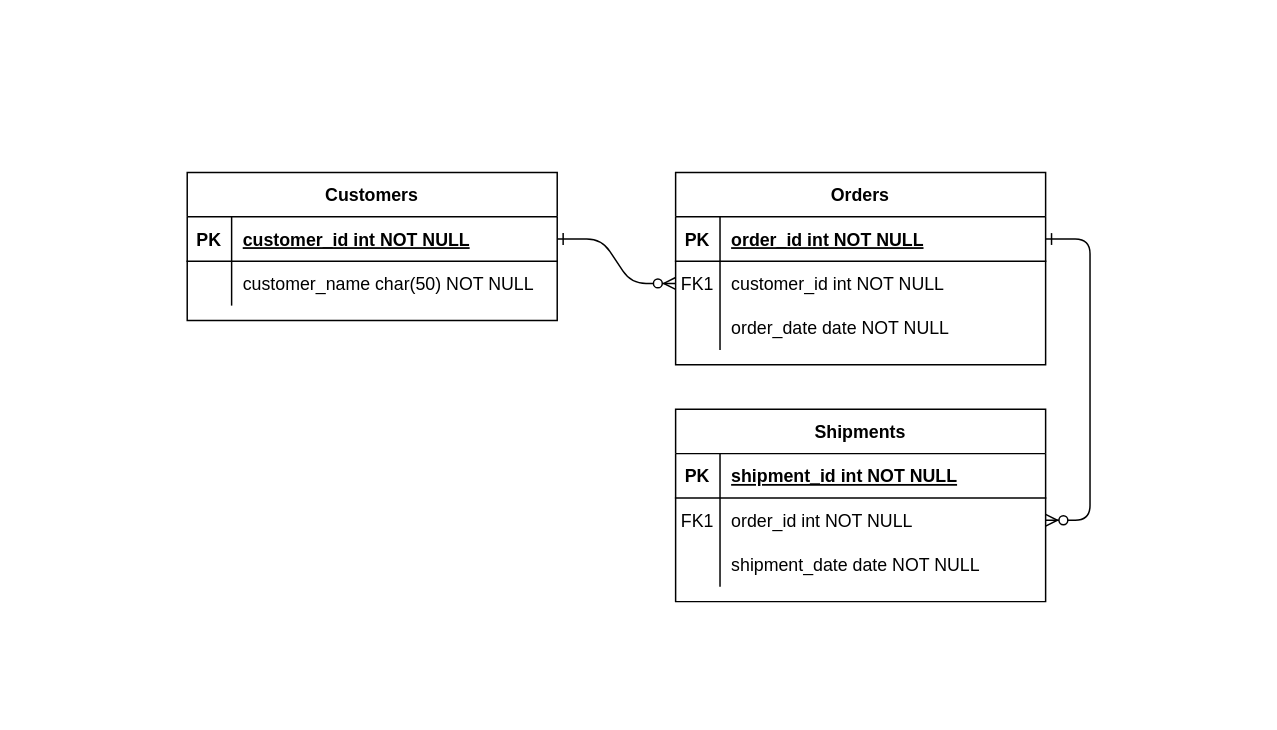
This is Proyecto_Song_Play.drawio from JoserCasachahua/Proyecto_01, a draw.io file, before an edit. Source tidied: cells renumbered, new cells numbered last; positions are measured from the earlier drawing's top-left corner, leaving out a move shared by most shapes. Both pictures are drawn from the tidied source at 148%, with x=0, y=0 at pixel (186, 172).
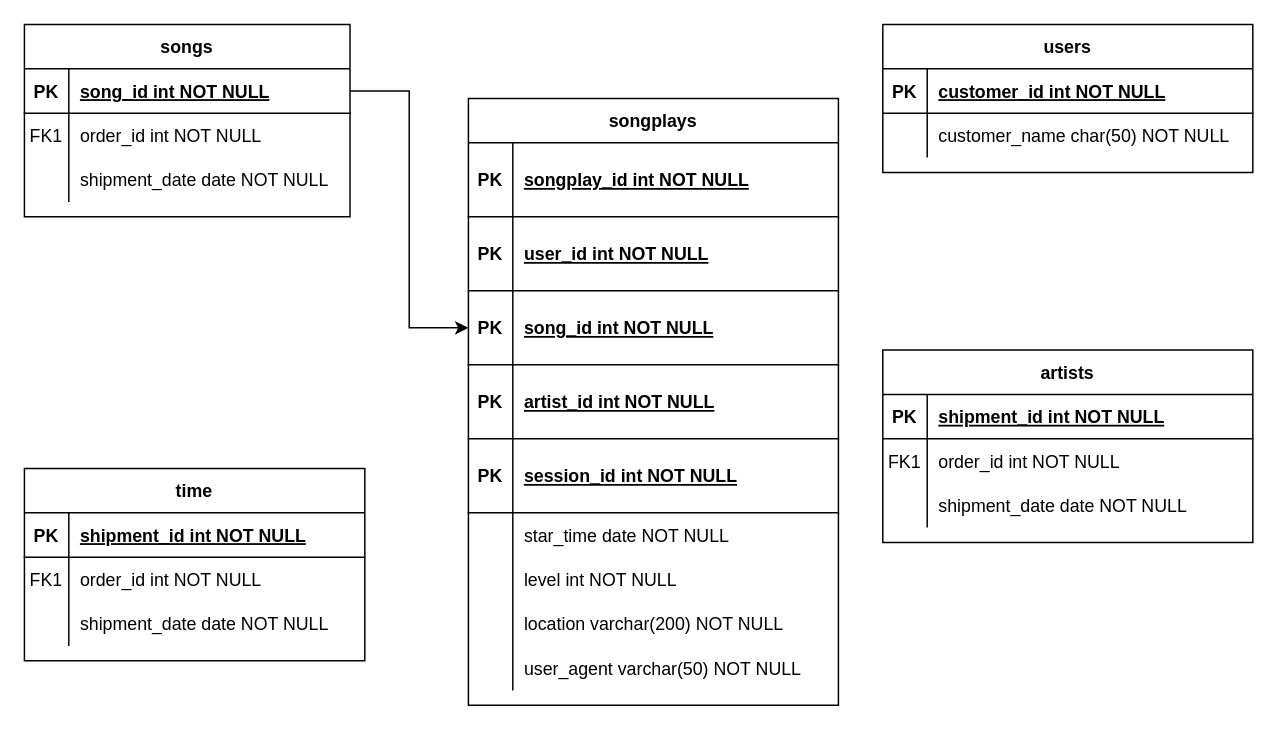
The same diagram, later.

Unchanged cells that the change refers to:
```xml
<mxCell id="25" style="shape=partialRectangle;fillColor=none;points=[[0,0.5],[1,0.5]];portConstraint=eastwest;top=0;left=0;right=0;bottom=1;" parent="24" vertex="1">
  <mxGeometry y="30" width="250" height="30" as="geometry" />
</mxCell>
```

What changed in the source:
```diff
@@
-    <mxCell id="2" style="edgeStyle=entityRelationEdgeStyle;endArrow=ERzeroToMany;startArrow=ERone;endFill=1;startFill=0;" parent="1" edge="1" source="25" target="8">
-      <mxGeometry relative="1" as="geometry" />
-    </mxCell>
-    <mxCell id="3" style="edgeStyle=entityRelationEdgeStyle;endArrow=ERzeroToMany;startArrow=ERone;endFill=1;startFill=0;" parent="1" edge="1" source="5" target="18">
-      <mxGeometry relative="1" as="geometry" />
-    </mxCell>
-    <mxCell id="4" value="Orders" style="shape=table;startSize=30;childLayout=tableLayout;rowLines=0;fontStyle=1;align=center;" parent="1" vertex="1">
-      <mxGeometry x="330" width="250" height="130" as="geometry" />
+    <mxCell id="4" value="songplays" style="shape=table;startSize=30;childLayout=tableLayout;rowLines=0;fontStyle=1;align=center;" parent="1" vertex="1">
+      <mxGeometry x="190" y="-50" width="250" height="410" as="geometry" />
     </mxCell>
     <mxCell id="5" style="shape=partialRectangle;fillColor=none;points=[[0,0.5],[1,0.5]];portConstraint=eastwest;top=0;left=0;right=0;bottom=1;" parent="4" vertex="1">
-      <mxGeometry y="30" width="250" height="30" as="geometry" />
+      <mxGeometry y="30" width="250" height="50" as="geometry" />
     </mxCell>
     <mxCell id="6" value="PK" style="shape=partialRectangle;overflow=hidden;fillColor=none;top=0;left=0;bottom=0;right=0;fontStyle=1;" parent="5" vertex="1">
-      <mxGeometry width="30" height="30" as="geometry" />
+      <mxGeometry width="30" height="50" as="geometry" />
     </mxCell>
-    <mxCell id="7" value="order_id int NOT NULL " style="shape=partialRectangle;overflow=hidden;fillColor=none;top=0;left=0;bottom=0;right=0;align=left;spacingLeft=6;fontStyle=5;" parent="5" vertex="1">
-      <mxGeometry x="30" width="220" height="30" as="geometry" />
+    <mxCell id="7" value="songplay_id int NOT NULL " style="shape=partialRectangle;overflow=hidden;fillColor=none;top=0;left=0;bottom=0;right=0;align=left;spacingLeft=6;fontStyle=5;" parent="5" vertex="1">
+      <mxGeometry x="30" width="220" height="50" as="geometry" />
     </mxCell>
-    <mxCell id="8" style="shape=partialRectangle;fillColor=none;points=[[0,0.5],[1,0.5]];portConstraint=eastwest;top=0;left=0;right=0;bottom=0;" parent="4" vertex="1">
-      <mxGeometry y="60" width="250" height="30" as="geometry" />
-    </mxCell>
-    <mxCell id="9" value="FK1" style="shape=partialRectangle;overflow=hidden;fillColor=none;top=0;left=0;bottom=0;right=0;" parent="8" vertex="1">
-      <mxGeometry width="30" height="30" as="geometry" />
-    </mxCell>
-    <mxCell id="10" value="customer_id int NOT NULL" style="shape=partialRectangle;overflow=hidden;fillColor=none;top=0;left=0;bottom=0;right=0;align=left;spacingLeft=6;" parent="8" vertex="1">
-      <mxGeometry x="30" width="220" height="30" as="geometry" />
-    </mxCell>
+    <mxCell id="31" style="shape=partialRectangle;fillColor=none;top=0;left=0;right=0;bottom=1;" parent="4" vertex="1">
+      <mxGeometry y="80" width="250" height="50" as="geometry" />
+    </mxCell>
+    <mxCell id="32" value="PK" style="shape=partialRectangle;overflow=hidden;fillColor=none;top=0;left=0;bottom=0;right=0;fontStyle=1;" parent="31" vertex="1">
+      <mxGeometry width="30" height="50" as="geometry" />
+    </mxCell>
+    <mxCell id="33" value="user_id int NOT NULL " style="shape=partialRectangle;overflow=hidden;fillColor=none;top=0;left=0;bottom=0;right=0;align=left;spacingLeft=6;fontStyle=5;" parent="31" vertex="1">
+      <mxGeometry x="30" width="220" height="50" as="geometry" />
+    </mxCell>
+    <mxCell id="34" style="shape=partialRectangle;fillColor=none;points=[[0,0.5],[1,0.5]];portConstraint=eastwest;top=0;left=0;right=0;bottom=1;" parent="4" vertex="1">
+      <mxGeometry y="130" width="250" height="50" as="geometry" />
+    </mxCell>
+    <mxCell id="35" value="PK" style="shape=partialRectangle;overflow=hidden;fillColor=none;top=0;left=0;bottom=0;right=0;fontStyle=1;" parent="34" vertex="1">
+      <mxGeometry width="30" height="50" as="geometry" />
+    </mxCell>
+    <mxCell id="36" value="song_id int NOT NULL " style="shape=partialRectangle;overflow=hidden;fillColor=none;top=0;left=0;bottom=0;right=0;align=left;spacingLeft=6;fontStyle=5;" parent="34" vertex="1">
+      <mxGeometry x="30" width="220" height="50" as="geometry" />
+    </mxCell>
+    <mxCell id="37" style="shape=partialRectangle;fillColor=none;top=0;left=0;right=0;bottom=1;" parent="4" vertex="1">
+      <mxGeometry y="180" width="250" height="50" as="geometry" />
+    </mxCell>
+    <mxCell id="38" value="PK" style="shape=partialRectangle;overflow=hidden;fillColor=none;top=0;left=0;bottom=0;right=0;fontStyle=1;" parent="37" vertex="1">
+      <mxGeometry width="30" height="50" as="geometry" />
+    </mxCell>
+    <mxCell id="39" value="artist_id int NOT NULL " style="shape=partialRectangle;overflow=hidden;fillColor=none;top=0;left=0;bottom=0;right=0;align=left;spacingLeft=6;fontStyle=5;" parent="37" vertex="1">
+      <mxGeometry x="30" width="220" height="50" as="geometry" />
+    </mxCell>
+    <mxCell id="40" style="shape=partialRectangle;fillColor=none;top=0;left=0;right=0;bottom=1;" parent="4" vertex="1">
+      <mxGeometry y="230" width="250" height="50" as="geometry" />
+    </mxCell>
+    <mxCell id="41" value="PK" style="shape=partialRectangle;overflow=hidden;fillColor=none;top=0;left=0;bottom=0;right=0;fontStyle=1;" parent="40" vertex="1">
+      <mxGeometry width="30" height="50" as="geometry" />
+    </mxCell>
+    <mxCell id="42" value="session_id int NOT NULL " style="shape=partialRectangle;overflow=hidden;fillColor=none;top=0;left=0;bottom=0;right=0;align=left;spacingLeft=6;fontStyle=5;" parent="40" vertex="1">
+      <mxGeometry x="30" width="220" height="50" as="geometry" />
+    </mxCell>
     <mxCell id="11" style="shape=partialRectangle;fillColor=none;top=0;left=0;right=0;bottom=0;" parent="4" vertex="1">
-      <mxGeometry y="90" width="250" height="30" as="geometry" />
+      <mxGeometry y="280" width="250" height="30" as="geometry" />
     </mxCell>
@@
-    <mxCell id="13" value="order_date date NOT NULL" style="shape=partialRectangle;overflow=hidden;fillColor=none;top=0;left=0;bottom=0;right=0;align=left;spacingLeft=6;" parent="11" vertex="1">
+    <mxCell id="13" value="star_time date NOT NULL" style="shape=partialRectangle;overflow=hidden;fillColor=none;top=0;left=0;bottom=0;right=0;align=left;spacingLeft=6;" parent="11" vertex="1">
       <mxGeometry x="30" width="220" height="30" as="geometry" />
     </mxCell>
+    <mxCell id="43" style="shape=partialRectangle;fillColor=none;top=0;left=0;right=0;bottom=0;" parent="4" vertex="1">
+      <mxGeometry y="310" width="250" height="30" as="geometry" />
+    </mxCell>
+    <mxCell id="44" style="shape=partialRectangle;overflow=hidden;fillColor=none;top=0;left=0;bottom=0;right=0;" parent="43" vertex="1">
+      <mxGeometry width="30" height="30" as="geometry" />
+    </mxCell>
+    <mxCell id="45" value="level int NOT NULL" style="shape=partialRectangle;overflow=hidden;fillColor=none;top=0;left=0;bottom=0;right=0;align=left;spacingLeft=6;" parent="43" vertex="1">
+      <mxGeometry x="30" width="220" height="30" as="geometry" />
+    </mxCell>
+    <mxCell id="46" style="shape=partialRectangle;fillColor=none;top=0;left=0;right=0;bottom=0;" parent="4" vertex="1">
+      <mxGeometry y="340" width="250" height="30" as="geometry" />
+    </mxCell>
+    <mxCell id="47" style="shape=partialRectangle;overflow=hidden;fillColor=none;top=0;left=0;bottom=0;right=0;" parent="46" vertex="1">
+      <mxGeometry width="30" height="30" as="geometry" />
+    </mxCell>
+    <mxCell id="48" value="location varchar(200) NOT NULL" style="shape=partialRectangle;overflow=hidden;fillColor=none;top=0;left=0;bottom=0;right=0;align=left;spacingLeft=6;" parent="46" vertex="1">
+      <mxGeometry x="30" width="220" height="30" as="geometry" />
+    </mxCell>
+    <mxCell id="49" style="shape=partialRectangle;fillColor=none;top=0;left=0;right=0;bottom=0;" parent="4" vertex="1">
+      <mxGeometry y="370" width="250" height="30" as="geometry" />
+    </mxCell>
+    <mxCell id="50" style="shape=partialRectangle;overflow=hidden;fillColor=none;top=0;left=0;bottom=0;right=0;" parent="49" vertex="1">
+      <mxGeometry width="30" height="30" as="geometry" />
+    </mxCell>
+    <mxCell id="51" value="user_agent varchar(50) NOT NULL" style="shape=partialRectangle;overflow=hidden;fillColor=none;top=0;left=0;bottom=0;right=0;align=left;spacingLeft=6;" parent="49" vertex="1">
+      <mxGeometry x="30" width="220" height="30" as="geometry" />
+    </mxCell>
-    <mxCell id="14" value="Shipments" style="shape=table;startSize=30;childLayout=tableLayout;rowLines=0;fontStyle=1;align=center;" parent="1" vertex="1">
-      <mxGeometry x="330" y="160" width="250" height="130" as="geometry" />
+    <mxCell id="14" value="songs" style="shape=table;startSize=30;childLayout=tableLayout;rowLines=0;fontStyle=1;align=center;" parent="1" vertex="1">
+      <mxGeometry x="-110" y="-100" width="220" height="130" as="geometry" />
     </mxCell>
     <mxCell id="15" style="shape=partialRectangle;fillColor=none;points=[[0,0.5],[1,0.5]];portConstraint=eastwest;top=0;left=0;right=0;bottom=1;" parent="14" vertex="1">
-      <mxGeometry y="30" width="250" height="30" as="geometry" />
+      <mxGeometry y="30" width="220" height="30" as="geometry" />
     </mxCell>
@@
-    <mxCell id="17" value="shipment_id int NOT NULL " style="shape=partialRectangle;overflow=hidden;fillColor=none;top=0;left=0;bottom=0;right=0;align=left;spacingLeft=6;fontStyle=5;" parent="15" vertex="1">
-      <mxGeometry x="30" width="220" height="30" as="geometry" />
+    <mxCell id="17" value="song_id int NOT NULL " style="shape=partialRectangle;overflow=hidden;fillColor=none;top=0;left=0;bottom=0;right=0;align=left;spacingLeft=6;fontStyle=5;" parent="15" vertex="1">
+      <mxGeometry x="30" width="190" height="30" as="geometry" />
     </mxCell>
     <mxCell id="18" style="shape=partialRectangle;fillColor=none;points=[[0,0.5],[1,0.5]];portConstraint=eastwest;top=0;left=0;right=0;bottom=0;" parent="14" vertex="1">
-      <mxGeometry y="60" width="250" height="30" as="geometry" />
+      <mxGeometry y="60" width="220" height="30" as="geometry" />
     </mxCell>
@@
     <mxCell id="20" value="order_id int NOT NULL" style="shape=partialRectangle;overflow=hidden;fillColor=none;top=0;left=0;bottom=0;right=0;align=left;spacingLeft=6;" parent="18" vertex="1">
-      <mxGeometry x="30" width="220" height="30" as="geometry" />
+      <mxGeometry x="30" width="190" height="30" as="geometry" />
     </mxCell>
     <mxCell id="21" style="shape=partialRectangle;fillColor=none;top=0;left=0;right=0;bottom=0;" parent="14" vertex="1">
-      <mxGeometry y="90" width="250" height="30" as="geometry" />
+      <mxGeometry y="90" width="220" height="30" as="geometry" />
     </mxCell>
@@
     <mxCell id="23" value="shipment_date date NOT NULL" style="shape=partialRectangle;overflow=hidden;fillColor=none;top=0;left=0;bottom=0;right=0;align=left;spacingLeft=6;" parent="21" vertex="1">
-      <mxGeometry x="30" width="220" height="30" as="geometry" />
+      <mxGeometry x="30" width="190" height="30" as="geometry" />
     </mxCell>
-    <mxCell id="24" value="Customers" style="shape=table;startSize=30;childLayout=tableLayout;rowLines=0;fontStyle=1;align=center;" parent="1" vertex="1">
-      <mxGeometry width="250" height="100" as="geometry" />
+    <mxCell id="24" value="users" style="shape=table;startSize=30;childLayout=tableLayout;rowLines=0;fontStyle=1;align=center;" parent="1" vertex="1">
+      <mxGeometry x="470" y="-100" width="250" height="100" as="geometry" />
     </mxCell>
@@
+    <mxCell id="52" value="artists" style="shape=table;startSize=30;childLayout=tableLayout;rowLines=0;fontStyle=1;align=center;" parent="1" vertex="1">
+      <mxGeometry x="470" y="120" width="250" height="130" as="geometry" />
+    </mxCell>
+    <mxCell id="53" style="shape=partialRectangle;fillColor=none;top=0;left=0;right=0;bottom=1;" parent="52" vertex="1">
+      <mxGeometry y="30" width="250" height="30" as="geometry" />
+    </mxCell>
+    <mxCell id="54" value="PK" style="shape=partialRectangle;overflow=hidden;fillColor=none;top=0;left=0;bottom=0;right=0;fontStyle=1;" parent="53" vertex="1">
+      <mxGeometry width="30" height="30" as="geometry" />
+    </mxCell>
+    <mxCell id="55" value="shipment_id int NOT NULL " style="shape=partialRectangle;overflow=hidden;fillColor=none;top=0;left=0;bottom=0;right=0;align=left;spacingLeft=6;fontStyle=5;" parent="53" vertex="1">
+      <mxGeometry x="30" width="220" height="30" as="geometry" />
+    </mxCell>
+    <mxCell id="8" style="shape=partialRectangle;fillColor=none;points=[[0,0.5],[1,0.5]];portConstraint=eastwest;top=0;left=0;right=0;bottom=0;" parent="52" vertex="1">
+      <mxGeometry y="60" width="250" height="30" as="geometry" />
+    </mxCell>
+    <mxCell id="56" value="FK1" style="shape=partialRectangle;overflow=hidden;fillColor=none;top=0;left=0;bottom=0;right=0;" parent="8" vertex="1">
+      <mxGeometry width="30" height="30" as="geometry" />
+    </mxCell>
+    <mxCell id="57" value="order_id int NOT NULL" style="shape=partialRectangle;overflow=hidden;fillColor=none;top=0;left=0;bottom=0;right=0;align=left;spacingLeft=6;" parent="8" vertex="1">
+      <mxGeometry x="30" width="220" height="30" as="geometry" />
+    </mxCell>
+    <mxCell id="58" style="shape=partialRectangle;fillColor=none;top=0;left=0;right=0;bottom=0;" parent="52" vertex="1">
+      <mxGeometry y="90" width="250" height="30" as="geometry" />
+    </mxCell>
+    <mxCell id="59" style="shape=partialRectangle;overflow=hidden;fillColor=none;top=0;left=0;bottom=0;right=0;" parent="58" vertex="1">
+      <mxGeometry width="30" height="30" as="geometry" />
+    </mxCell>
+    <mxCell id="60" value="shipment_date date NOT NULL" style="shape=partialRectangle;overflow=hidden;fillColor=none;top=0;left=0;bottom=0;right=0;align=left;spacingLeft=6;" parent="58" vertex="1">
+      <mxGeometry x="30" width="220" height="30" as="geometry" />
+    </mxCell>
+    <mxCell id="61" value="time" style="shape=table;startSize=30;childLayout=tableLayout;rowLines=0;fontStyle=1;align=center;" parent="1" vertex="1">
+      <mxGeometry x="-110" y="200" width="230" height="130" as="geometry" />
+    </mxCell>
+    <mxCell id="62" style="shape=partialRectangle;fillColor=none;top=0;left=0;right=0;bottom=1;" parent="61" vertex="1">
+      <mxGeometry y="30" width="230" height="30" as="geometry" />
+    </mxCell>
+    <mxCell id="63" value="PK" style="shape=partialRectangle;overflow=hidden;fillColor=none;top=0;left=0;bottom=0;right=0;fontStyle=1;" parent="62" vertex="1">
+      <mxGeometry width="30" height="30" as="geometry" />
+    </mxCell>
+    <mxCell id="64" value="shipment_id int NOT NULL " style="shape=partialRectangle;overflow=hidden;fillColor=none;top=0;left=0;bottom=0;right=0;align=left;spacingLeft=6;fontStyle=5;" parent="62" vertex="1">
+      <mxGeometry x="30" width="200" height="30" as="geometry" />
+    </mxCell>
+    <mxCell id="65" style="shape=partialRectangle;fillColor=none;top=0;left=0;right=0;bottom=0;" parent="61" vertex="1">
+      <mxGeometry y="60" width="230" height="30" as="geometry" />
+    </mxCell>
+    <mxCell id="66" value="FK1" style="shape=partialRectangle;overflow=hidden;fillColor=none;top=0;left=0;bottom=0;right=0;" parent="65" vertex="1">
+      <mxGeometry width="30" height="30" as="geometry" />
+    </mxCell>
+    <mxCell id="67" value="order_id int NOT NULL" style="shape=partialRectangle;overflow=hidden;fillColor=none;top=0;left=0;bottom=0;right=0;align=left;spacingLeft=6;" parent="65" vertex="1">
+      <mxGeometry x="30" width="200" height="30" as="geometry" />
+    </mxCell>
+    <mxCell id="68" style="shape=partialRectangle;fillColor=none;top=0;left=0;right=0;bottom=0;" parent="61" vertex="1">
+      <mxGeometry y="90" width="230" height="30" as="geometry" />
+    </mxCell>
+    <mxCell id="69" style="shape=partialRectangle;overflow=hidden;fillColor=none;top=0;left=0;bottom=0;right=0;" parent="68" vertex="1">
+      <mxGeometry width="30" height="30" as="geometry" />
+    </mxCell>
+    <mxCell id="70" value="shipment_date date NOT NULL" style="shape=partialRectangle;overflow=hidden;fillColor=none;top=0;left=0;bottom=0;right=0;align=left;spacingLeft=6;" parent="68" vertex="1">
+      <mxGeometry x="30" width="200" height="30" as="geometry" />
+    </mxCell>
+    <mxCell id="71" style="edgeStyle=orthogonalEdgeStyle;rounded=0;jettySize=auto;html=1;exitX=1;exitY=0.5;exitDx=0;exitDy=0;" parent="1" edge="1" source="15" target="34">
+      <mxGeometry relative="1" as="geometry" />
+    </mxCell>
```
